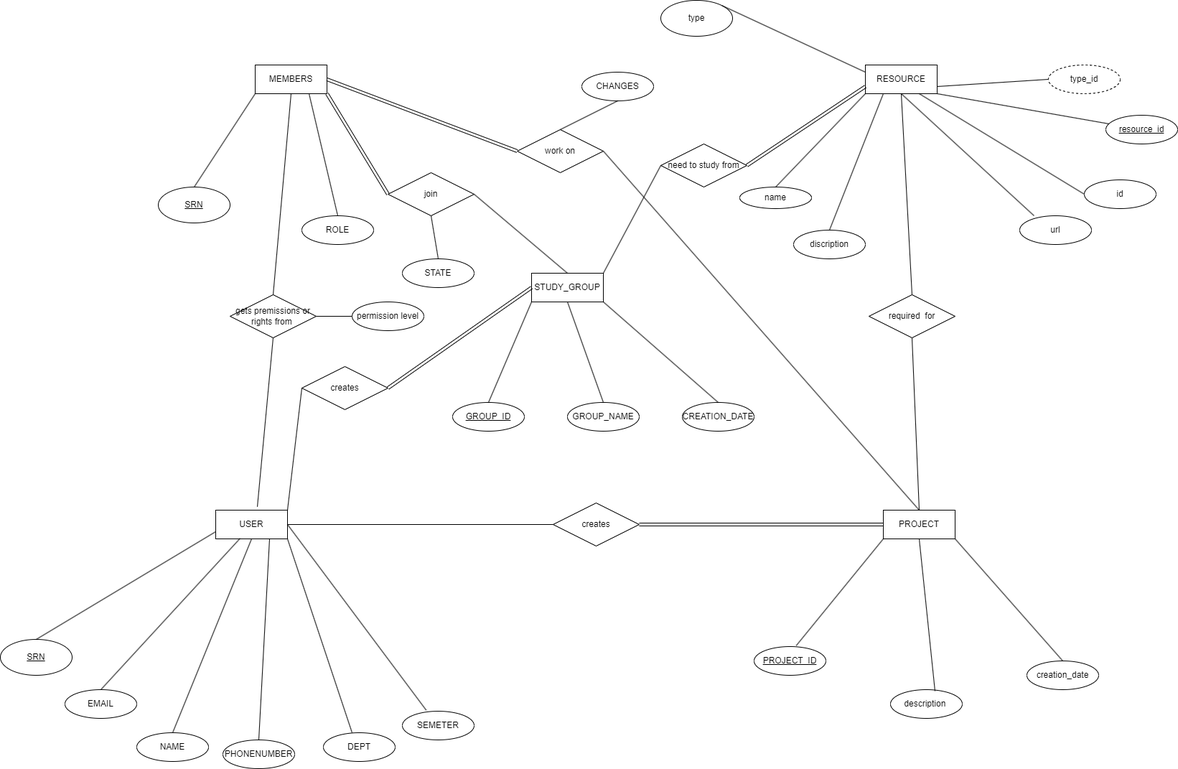
The draw.io diagram er.drawio.png in bvgaurav4/COVITEAM, before a commit. Source tidied: cells renumbered, new cells last; positions are measured from the earlier drawing's top-left corner, leaving out a move shared by most shapes.
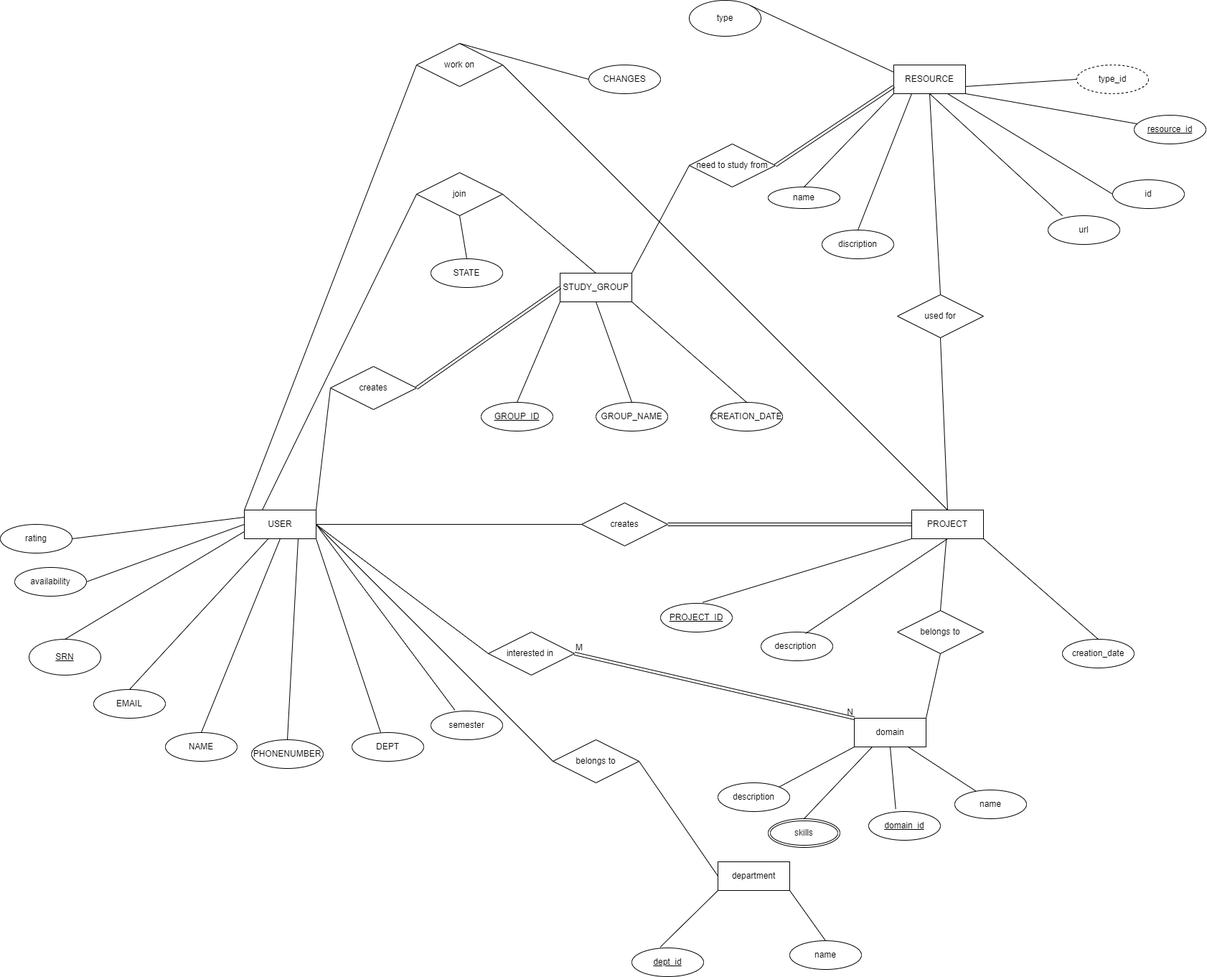
Later version of the same file.

The edit, as a diff of the source:
```diff
@@ -5,9 +5,6 @@
     <mxCell id="2" value="USER" style="whiteSpace=wrap;html=1;align=center;" parent="1" vertex="1">
       <mxGeometry x="300" y="710" width="100" height="40" as="geometry" />
     </mxCell>
-    <mxCell id="3" value="MEMBERS" style="whiteSpace=wrap;html=1;align=center;" parent="1" vertex="1">
-      <mxGeometry x="355" y="90" width="100" height="40" as="geometry" />
-    </mxCell>
     <mxCell id="4" value="PROJECT" style="whiteSpace=wrap;html=1;align=center;" parent="1" vertex="1">
       <mxGeometry x="1230" y="710" width="100" height="40" as="geometry" />
     </mxCell>
@@ -42,9 +39,9 @@
       <mxGeometry relative="1" as="geometry" />
     </mxCell>
     <mxCell id="15" value="description&amp;nbsp;" style="ellipse;whiteSpace=wrap;html=1;align=center;" parent="1" vertex="1">
-      <mxGeometry x="1240" y="960" width="100" height="40" as="geometry" />
+      <mxGeometry x="1020" y="880" width="100" height="40" as="geometry" />
     </mxCell>
-    <mxCell id="16" value="SEMETER" style="ellipse;whiteSpace=wrap;html=1;align=center;" parent="1" vertex="1">
+    <mxCell id="16" value="semester" style="ellipse;whiteSpace=wrap;html=1;align=center;" parent="1" vertex="1">
       <mxGeometry x="560" y="990" width="100" height="40" as="geometry" />
     </mxCell>
     <mxCell id="17" value="DEPT" style="ellipse;whiteSpace=wrap;html=1;align=center;" parent="1" vertex="1">
@@ -65,7 +62,7 @@
       </mxGeometry>
     </mxCell>
     <mxCell id="22" value="PROJECT_ID" style="ellipse;whiteSpace=wrap;html=1;align=center;fontStyle=4;" parent="1" vertex="1">
-      <mxGeometry x="1050" y="900" width="100" height="40" as="geometry" />
+      <mxGeometry x="880" y="840" width="100" height="40" as="geometry" />
     </mxCell>
     <mxCell id="23" style="endArrow=none;html=1;rounded=0;entryX=0;entryY=1;entryDx=0;entryDy=0;exitX=0.587;exitY=-0.033;exitDx=0;exitDy=0;exitPerimeter=0;" parent="1" edge="1" source="22" target="4">
       <mxGeometry relative="1" as="geometry" />
@@ -74,29 +71,14 @@
       <mxGeometry relative="1" as="geometry" />
     </mxCell>
     <mxCell id="25" value="creation_date" style="ellipse;whiteSpace=wrap;html=1;align=center;" parent="1" vertex="1">
-      <mxGeometry x="1430" y="920" width="100" height="40" as="geometry" />
+      <mxGeometry x="1440" y="890" width="100" height="40" as="geometry" />
     </mxCell>
-    <mxCell id="26" value="SRN" style="ellipse;whiteSpace=wrap;html=1;align=center;fontStyle=4;" parent="1" vertex="1">
-      <mxGeometry x="220" y="260" width="100" height="50" as="geometry" />
-    </mxCell>
     <mxCell id="27" value="work on" style="shape=rhombus;perimeter=rhombusPerimeter;whiteSpace=wrap;html=1;align=center;" parent="1" vertex="1">
-      <mxGeometry x="720" y="180" width="120" height="60" as="geometry" />
+      <mxGeometry x="540" y="60" width="120" height="60" as="geometry" />
     </mxCell>
     <mxCell id="28" style="endArrow=none;html=1;rounded=0;exitX=0.5;exitY=0;exitDx=0;exitDy=0;entryX=1;entryY=0.5;entryDx=0;entryDy=0;" parent="1" edge="1" source="4" target="27">
       <mxGeometry relative="1" as="geometry" />
     </mxCell>
-    <mxCell id="29" style="endArrow=none;html=1;rounded=0;entryX=0;entryY=1;entryDx=0;entryDy=0;exitX=0.5;exitY=0;exitDx=0;exitDy=0;" parent="1" edge="1" source="26" target="3">
-      <mxGeometry relative="1" as="geometry" />
-    </mxCell>
-    <mxCell id="30" value="gets premissions or rights from&amp;nbsp;" style="shape=rhombus;perimeter=rhombusPerimeter;whiteSpace=wrap;html=1;align=center;" parent="1" vertex="1">
-      <mxGeometry x="320" y="410" width="120" height="60" as="geometry" />
-    </mxCell>
-    <mxCell id="31" style="endArrow=none;html=1;rounded=0;entryX=0.5;entryY=1;entryDx=0;entryDy=0;exitX=0.5;exitY=0;exitDx=0;exitDy=0;" parent="1" edge="1" source="30" target="3">
-      <mxGeometry relative="1" as="geometry" />
-    </mxCell>
-    <mxCell id="32" style="endArrow=none;html=1;rounded=0;exitX=0.58;exitY=-0.117;exitDx=0;exitDy=0;exitPerimeter=0;entryX=0.5;entryY=1;entryDx=0;entryDy=0;" parent="1" edge="1" source="2" target="30">
-      <mxGeometry relative="1" as="geometry" />
-    </mxCell>
     <mxCell id="33" style="endArrow=none;html=1;rounded=0;entryX=1;entryY=1;entryDx=0;entryDy=0;exitX=0.5;exitY=0;exitDx=0;exitDy=0;" parent="1" edge="1" source="25" target="4">
       <mxGeometry relative="1" as="geometry" />
     </mxCell>
@@ -160,7 +142,7 @@
     <mxCell id="53" style="endArrow=none;html=1;rounded=0;entryX=0;entryY=1;entryDx=0;entryDy=0;exitX=0.5;exitY=0;exitDx=0;exitDy=0;" parent="1" edge="1" source="48" target="5">
       <mxGeometry relative="1" as="geometry" />
     </mxCell>
-    <mxCell id="54" value="required&amp;nbsp; for" style="shape=rhombus;perimeter=rhombusPerimeter;whiteSpace=wrap;html=1;align=center;" parent="1" vertex="1">
+    <mxCell id="54" value="used for" style="shape=rhombus;perimeter=rhombusPerimeter;whiteSpace=wrap;html=1;align=center;" parent="1" vertex="1">
       <mxGeometry x="1210" y="410" width="120" height="60" as="geometry" />
     </mxCell>
     <mxCell id="55" style="endArrow=none;html=1;rounded=0;entryX=0.5;entryY=1;entryDx=0;entryDy=0;exitX=0.5;exitY=0;exitDx=0;exitDy=0;" parent="1" edge="1" source="54" target="5">
@@ -175,18 +157,6 @@
     <mxCell id="58" value="id" style="ellipse;whiteSpace=wrap;html=1;align=center;" parent="1" vertex="1">
       <mxGeometry x="1510" y="250" width="100" height="40" as="geometry" />
     </mxCell>
-    <mxCell id="59" style="shape=link;html=1;rounded=0;entryX=0;entryY=0.5;entryDx=0;entryDy=0;entryPerimeter=0;exitX=1;exitY=0.5;exitDx=0;exitDy=0;" parent="1" edge="1" source="3" target="27">
-      <mxGeometry relative="1" as="geometry" />
-    </mxCell>
-    <mxCell id="60" style="shape=link;html=1;rounded=0;exitX=1;exitY=1;exitDx=0;exitDy=0;entryX=0;entryY=0.5;entryDx=0;entryDy=0;" parent="1" edge="1" source="3" target="42">
-      <mxGeometry relative="1" as="geometry" />
-    </mxCell>
-    <mxCell id="61" value="ROLE" style="ellipse;whiteSpace=wrap;html=1;align=center;" parent="1" vertex="1">
-      <mxGeometry x="420" y="300" width="100" height="40" as="geometry" />
-    </mxCell>
-    <mxCell id="62" style="endArrow=none;html=1;rounded=0;exitX=0.5;exitY=0;exitDx=0;exitDy=0;entryX=0.75;entryY=1;entryDx=0;entryDy=0;" parent="1" edge="1" source="61" target="3">
-      <mxGeometry relative="1" as="geometry" />
-    </mxCell>
     <mxCell id="63" value="type" style="ellipse;whiteSpace=wrap;html=1;align=center;" parent="1" vertex="1">
       <mxGeometry x="920" width="100" height="50" as="geometry" />
     </mxCell>
@@ -208,14 +178,8 @@
     <mxCell id="69" style="shape=link;html=1;rounded=0;exitX=1;exitY=0.5;exitDx=0;exitDy=0;entryX=0;entryY=0.75;entryDx=0;entryDy=0;" parent="1" edge="1" source="67" target="5">
       <mxGeometry relative="1" as="geometry" />
     </mxCell>
-    <mxCell id="70" value="permission level" style="ellipse;whiteSpace=wrap;html=1;align=center;" parent="1" vertex="1">
-      <mxGeometry x="490" y="420" width="100" height="40" as="geometry" />
-    </mxCell>
-    <mxCell id="71" style="endArrow=none;html=1;exitX=1;exitY=0.5;exitDx=0;exitDy=0;entryX=0;entryY=0.5;entryDx=0;entryDy=0;" parent="1" edge="1" source="30" target="70">
-      <mxGeometry relative="1" as="geometry" />
-    </mxCell>
     <mxCell id="72" value="CHANGES" style="ellipse;whiteSpace=wrap;html=1;align=center;" parent="1" vertex="1">
-      <mxGeometry x="810" y="100" width="100" height="40" as="geometry" />
+      <mxGeometry x="780" y="90" width="100" height="40" as="geometry" />
     </mxCell>
     <mxCell id="73" value="STATE" style="ellipse;whiteSpace=wrap;html=1;align=center;" parent="1" vertex="1">
       <mxGeometry x="560" y="360" width="100" height="40" as="geometry" />
@@ -223,8 +187,101 @@
     <mxCell id="74" style="endArrow=none;html=1;entryX=0.5;entryY=1;entryDx=0;entryDy=0;exitX=0.5;exitY=0;exitDx=0;exitDy=0;" parent="1" edge="1" source="73" target="42">
       <mxGeometry relative="1" as="geometry" />
     </mxCell>
-    <mxCell id="75" style="endArrow=none;html=1;entryX=0.5;entryY=1;entryDx=0;entryDy=0;exitX=0.5;exitY=0;exitDx=0;exitDy=0;" parent="1" edge="1" source="27" target="72">
+    <mxCell id="75" style="endArrow=none;html=1;entryX=0;entryY=0.5;entryDx=0;entryDy=0;exitX=0.5;exitY=0;exitDx=0;exitDy=0;" parent="1" edge="1" source="27" target="72">
       <mxGeometry relative="1" as="geometry" />
     </mxCell>
+    <mxCell id="76" style="endArrow=none;html=1;exitX=0.25;exitY=0;exitDx=0;exitDy=0;entryX=0;entryY=0.5;entryDx=0;entryDy=0;" parent="1" edge="1" source="2" target="42">
+      <mxGeometry relative="1" as="geometry" />
+    </mxCell>
+    <mxCell id="77" style="endArrow=none;html=1;entryX=0;entryY=0.5;entryDx=0;entryDy=0;exitX=0;exitY=0;exitDx=0;exitDy=0;" parent="1" edge="1" source="2" target="27">
+      <mxGeometry relative="1" as="geometry" />
+    </mxCell>
+    <mxCell id="78" value="domain" style="whiteSpace=wrap;html=1;align=center;" parent="1" vertex="1">
+      <mxGeometry x="1150" y="1000" width="100" height="40" as="geometry" />
+    </mxCell>
+    <mxCell id="79" value="description" style="ellipse;whiteSpace=wrap;html=1;align=center;" parent="1" vertex="1">
+      <mxGeometry x="960" y="1090" width="100" height="40" as="geometry" />
+    </mxCell>
+    <mxCell id="80" value="name" style="ellipse;whiteSpace=wrap;html=1;align=center;" parent="1" vertex="1">
+      <mxGeometry x="1290" y="1100" width="100" height="40" as="geometry" />
+    </mxCell>
+    <mxCell id="81" value="&lt;u&gt;domain_id&lt;/u&gt;" style="ellipse;whiteSpace=wrap;html=1;align=center;" parent="1" vertex="1">
+      <mxGeometry x="1170" y="1130" width="100" height="40" as="geometry" />
+    </mxCell>
+    <mxCell id="82" value="skills" style="ellipse;shape=doubleEllipse;margin=3;whiteSpace=wrap;html=1;align=center;" parent="1" vertex="1">
+      <mxGeometry x="1030" y="1140" width="100" height="40" as="geometry" />
+    </mxCell>
+    <mxCell id="83" style="endArrow=none;html=1;entryX=0.377;entryY=-0.086;entryDx=0;entryDy=0;entryPerimeter=0;exitX=0.5;exitY=1;exitDx=0;exitDy=0;" parent="1" edge="1" source="78" target="81">
+      <mxGeometry relative="1" as="geometry" />
+    </mxCell>
+    <mxCell id="84" style="endArrow=none;html=1;exitX=0.5;exitY=0;exitDx=0;exitDy=0;entryX=0.25;entryY=1;entryDx=0;entryDy=0;" parent="1" edge="1" source="82" target="78">
+      <mxGeometry relative="1" as="geometry" />
+    </mxCell>
+    <mxCell id="85" style="endArrow=none;html=1;exitX=1;exitY=0;exitDx=0;exitDy=0;entryX=0;entryY=1;entryDx=0;entryDy=0;" parent="1" edge="1" source="79" target="78">
+      <mxGeometry relative="1" as="geometry" />
+    </mxCell>
+    <mxCell id="86" style="endArrow=none;html=1;entryX=0.291;entryY=0.033;entryDx=0;entryDy=0;entryPerimeter=0;exitX=0.75;exitY=1;exitDx=0;exitDy=0;" parent="1" edge="1" source="78" target="80">
+      <mxGeometry relative="1" as="geometry" />
+    </mxCell>
+    <mxCell id="87" value="interested in&amp;nbsp;" style="shape=rhombus;perimeter=rhombusPerimeter;whiteSpace=wrap;html=1;align=center;" parent="1" vertex="1">
+      <mxGeometry x="640" y="880" width="120" height="60" as="geometry" />
+    </mxCell>
+    <mxCell id="88" style="endArrow=none;html=1;exitX=1;exitY=0.5;exitDx=0;exitDy=0;entryX=0;entryY=0.5;entryDx=0;entryDy=0;" parent="1" edge="1" source="2" target="87">
+      <mxGeometry relative="1" as="geometry" />
+    </mxCell>
+    <mxCell id="89" style="shape=link;html=1;rounded=0;entryX=0;entryY=0;entryDx=0;entryDy=0;exitX=1;exitY=0.5;exitDx=0;exitDy=0;" parent="1" edge="1" source="87" target="78">
+      <mxGeometry relative="1" as="geometry" />
+    </mxCell>
+    <mxCell id="90" value="M" style="html=1;align=left;verticalAlign=bottom;" parent="89" vertex="1">
+      <mxGeometry x="-1" relative="1" as="geometry" />
+    </mxCell>
+    <mxCell id="91" value="N" style="html=1;align=right;verticalAlign=bottom;" parent="89" vertex="1">
+      <mxGeometry x="1" relative="1" as="geometry" />
+    </mxCell>
+    <mxCell id="92" value="department" style="whiteSpace=wrap;html=1;align=center;" parent="1" vertex="1">
+      <mxGeometry x="960" y="1200" width="100" height="40" as="geometry" />
+    </mxCell>
+    <mxCell id="93" value="name" style="ellipse;whiteSpace=wrap;html=1;align=center;" parent="1" vertex="1">
+      <mxGeometry x="1060" y="1310" width="100" height="40" as="geometry" />
+    </mxCell>
+    <mxCell id="94" value="dept_id" style="ellipse;whiteSpace=wrap;html=1;align=center;fontStyle=4;" parent="1" vertex="1">
+      <mxGeometry x="840" y="1320" width="100" height="40" as="geometry" />
+    </mxCell>
+    <mxCell id="95" style="endArrow=none;html=1;exitX=0.395;exitY=-0.026;exitDx=0;exitDy=0;exitPerimeter=0;entryX=0;entryY=1;entryDx=0;entryDy=0;" parent="1" edge="1" source="94" target="92">
+      <mxGeometry relative="1" as="geometry" />
+    </mxCell>
+    <mxCell id="96" style="endArrow=none;html=1;exitX=1;exitY=1;exitDx=0;exitDy=0;entryX=0.5;entryY=0;entryDx=0;entryDy=0;" parent="1" edge="1" source="92" target="93">
+      <mxGeometry relative="1" as="geometry" />
+    </mxCell>
+    <mxCell id="97" value="belongs to" style="shape=rhombus;perimeter=rhombusPerimeter;whiteSpace=wrap;html=1;align=center;" parent="1" vertex="1">
+      <mxGeometry x="730" y="1030" width="120" height="60" as="geometry" />
+    </mxCell>
+    <mxCell id="98" style="endArrow=none;html=1;entryX=0;entryY=0.5;entryDx=0;entryDy=0;exitX=1;exitY=0.5;exitDx=0;exitDy=0;" parent="1" edge="1" source="97" target="92">
+      <mxGeometry relative="1" as="geometry" />
+    </mxCell>
+    <mxCell id="99" value="belongs to" style="shape=rhombus;perimeter=rhombusPerimeter;whiteSpace=wrap;html=1;align=center;" parent="1" vertex="1">
+      <mxGeometry x="1210" y="850" width="120" height="60" as="geometry" />
+    </mxCell>
+    <mxCell id="100" style="endArrow=none;html=1;exitX=0.5;exitY=0;exitDx=0;exitDy=0;" parent="1" edge="1" source="99" target="4">
+      <mxGeometry relative="1" as="geometry" />
+    </mxCell>
+    <mxCell id="101" style="endArrow=none;html=1;exitX=1;exitY=0;exitDx=0;exitDy=0;entryX=0.5;entryY=1;entryDx=0;entryDy=0;" parent="1" edge="1" source="78" target="99">
+      <mxGeometry relative="1" as="geometry" />
+    </mxCell>
+    <mxCell id="102" style="endArrow=none;html=1;entryX=0;entryY=0.5;entryDx=0;entryDy=0;exitX=1;exitY=0.5;exitDx=0;exitDy=0;" parent="1" edge="1" source="2" target="97">
+      <mxGeometry relative="1" as="geometry" />
+    </mxCell>
+    <mxCell id="103" value="rating" style="ellipse;whiteSpace=wrap;html=1;align=center;" parent="1" vertex="1">
+      <mxGeometry x="-40" y="730" width="100" height="40" as="geometry" />
+    </mxCell>
+    <mxCell id="104" value="availability" style="ellipse;whiteSpace=wrap;html=1;align=center;" parent="1" vertex="1">
+      <mxGeometry x="-20" y="790" width="100" height="40" as="geometry" />
+    </mxCell>
+    <mxCell id="105" style="endArrow=none;html=1;exitX=1;exitY=0.5;exitDx=0;exitDy=0;entryX=0;entryY=0.5;entryDx=0;entryDy=0;" parent="1" edge="1" source="104" target="2">
+      <mxGeometry relative="1" as="geometry" />
+    </mxCell>
+    <mxCell id="106" style="endArrow=none;html=1;entryX=0;entryY=0.25;entryDx=0;entryDy=0;exitX=1;exitY=0.5;exitDx=0;exitDy=0;" parent="1" edge="1" source="103" target="2">
+      <mxGeometry relative="1" as="geometry" />
+    </mxCell>
   </root>
 </mxGraphModel>
```
